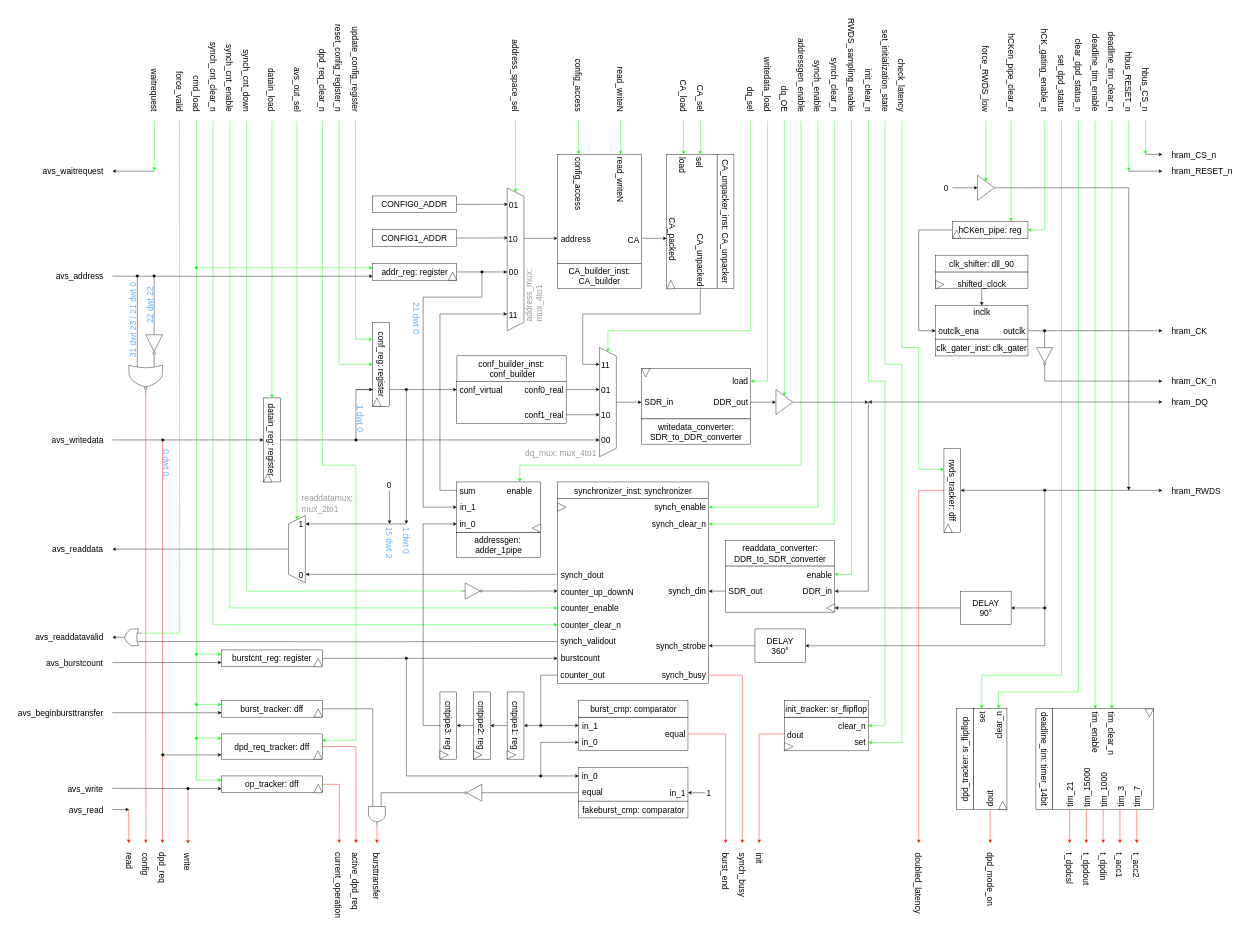
The draw.io diagram page "RTL" (2 of 9) of hyperram_system/ip/avs_to_hram_converter/schematics/avs_to_hram_converter.drawio in AndreaBononi/Intel_Cyclone10LP_systems, before the edit. Source tidied: cells renumbered, new cells numbered last; positions are measured from the earlier drawing's top-left corner, leaving out a move shared by most shapes. Both pictures are drawn from the tidied source at 42%, with x=0, y=0 at pixel (7, 51).
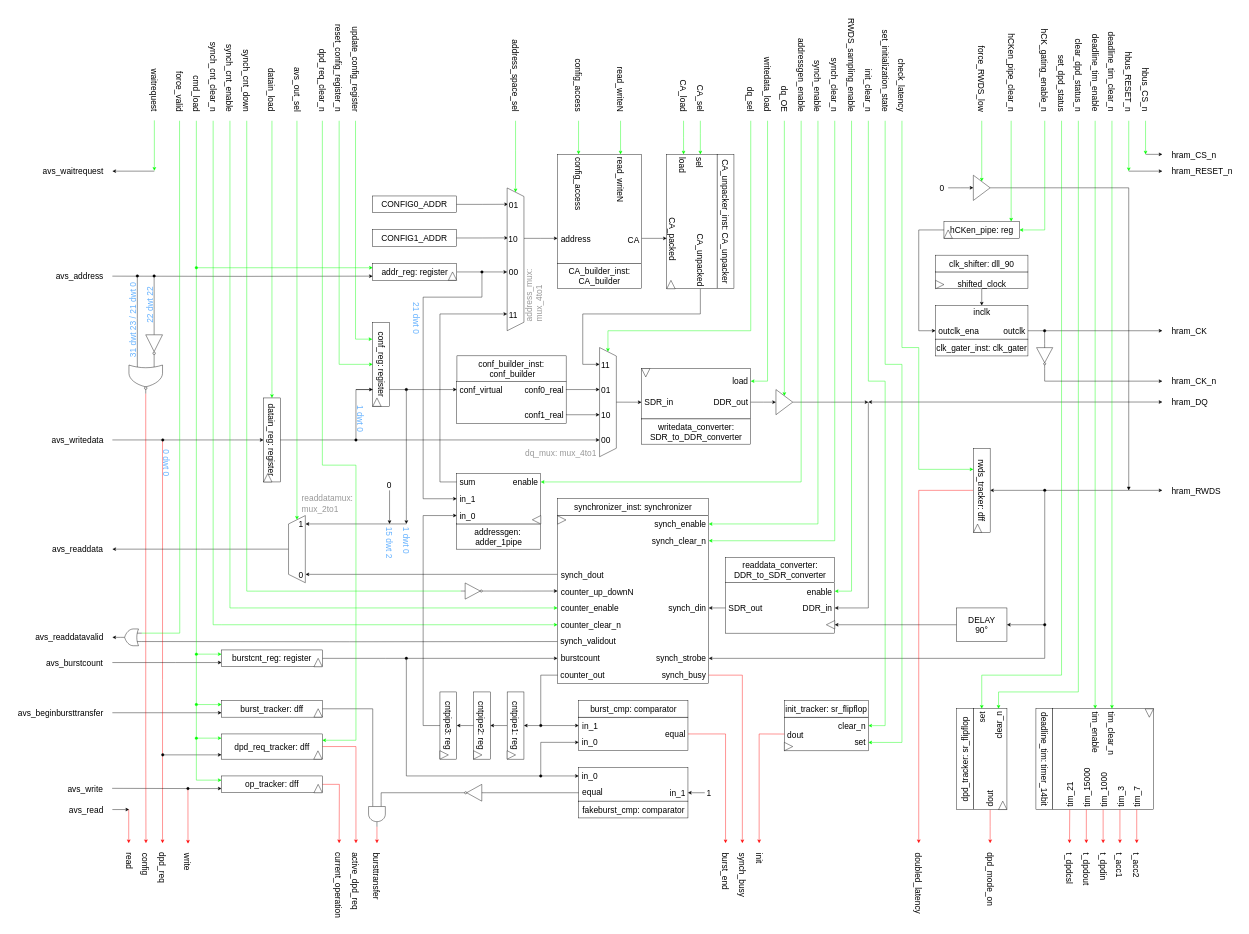
Above is the later version.

Unchanged cells that the change refers to:
```xml
<mxCell id="271" value="&lt;font style=&quot;font-size: 20px;&quot;&gt;cntpipe3: reg&lt;/font&gt;" style="rounded=0;whiteSpace=wrap;html=1;horizontal=1;direction=south;fontSize=20;rotation=90;align=center;" parent="1" vertex="1">
  <mxGeometry x="970" y="1585" width="160" height="40" as="geometry" />
</mxCell>
```

Diff of the diagram source:
```diff
@@
     <mxCell id="20" style="edgeStyle=orthogonalEdgeStyle;rounded=0;orthogonalLoop=1;jettySize=auto;html=1;startArrow=none;startFill=0;" parent="1" edge="1">
       <mxGeometry relative="1" as="geometry">
         <mxPoint x="2050" y="835" as="sourcePoint" />
-        <mxPoint x="1970" y="1285" as="targetPoint" />
+        <mxPoint x="1970" y="1325" as="targetPoint" />
         <Array as="points">
-          <mxPoint x="2050" y="1285" />
+          <mxPoint x="2050" y="1325" />
         </Array>
       </mxGeometry>
     </mxCell>
     <mxCell id="21" style="rounded=0;whiteSpace=wrap;html=1;direction=south;horizontal=0;fontSize=20;verticalAlign=middle;" parent="1" vertex="1">
-      <mxGeometry x="1710" y="1225" width="260" height="110" as="geometry" />
+      <mxGeometry x="1710" y="1265" width="260" height="120" as="geometry" />
     </mxCell>
     <mxCell id="22" style="triangle;whiteSpace=wrap;html=1;direction=west;fontSize=20;" parent="1" vertex="1">
-      <mxGeometry x="1950" y="1315" width="20" height="20" as="geometry" />
+      <mxGeometry x="1950" y="1355" width="20" height="20" as="geometry" />
     </mxCell>
     <mxCell id="23" style="endArrow=classic;html=1;rounded=0;" parent="1" edge="1">
       <mxGeometry relative="1" as="geometry">
-        <mxPoint x="1710" y="1285" as="sourcePoint" />
-        <mxPoint x="1670" y="1285" as="targetPoint" />
+        <mxPoint x="1710" y="1325" as="sourcePoint" />
+        <mxPoint x="1670" y="1325" as="targetPoint" />
       </mxGeometry>
     </mxCell>
@@
     <mxCell id="32" style="edgeStyle=orthogonalEdgeStyle;rounded=0;orthogonalLoop=1;jettySize=auto;html=1;strokeColor=#00FF00;" parent="1" edge="1">
       <mxGeometry relative="1" as="geometry">
         <mxPoint x="1970" y="165" as="sourcePoint" />
-        <mxPoint x="1670" y="1125" as="targetPoint" />
+        <mxPoint x="1670" y="1165" as="targetPoint" />
         <Array as="points">
-          <mxPoint x="1970" y="1125" />
+          <mxPoint x="1970" y="1165" />
         </Array>
       </mxGeometry>
     </mxCell>
@@
-    <mxCell id="37" style="edgeStyle=orthogonalEdgeStyle;rounded=0;jettySize=auto;html=1;entryX=1;entryY=0.5;entryDx=0;entryDy=0;startArrow=oval;startFill=1;" parent="1" edge="1" target="338">
+    <mxCell id="37" style="edgeStyle=orthogonalEdgeStyle;rounded=0;orthogonalLoop=1;jettySize=auto;html=1;startArrow=oval;startFill=1;" parent="1" edge="1">
       <mxGeometry relative="1" as="geometry">
-        <mxPoint x="2470" y="1325" as="sourcePoint" />
+        <mxPoint x="2470" y="1365" as="sourcePoint" />
+        <mxPoint x="1670" y="1445" as="targetPoint" />
         <Array as="points">
-          <mxPoint x="2470" y="1415" />
+          <mxPoint x="2470" y="1445" />
         </Array>
       </mxGeometry>
     </mxCell>
@@
-    <mxCell id="42" style="edgeStyle=orthogonalEdgeStyle;rounded=0;jettySize=auto;html=1;exitX=0;exitY=0.5;exitDx=0;exitDy=0;" parent="1" edge="1" source="338">
-      <mxGeometry relative="1" as="geometry">
-        <mxPoint x="1670" y="1415" as="targetPoint" />
-      </mxGeometry>
-    </mxCell>
@@
     <mxCell id="77" style="rounded=0;orthogonalLoop=1;jettySize=auto;html=1;strokeColor=#00FF00;endArrow=classic;endFill=1;edgeStyle=orthogonalEdgeStyle;" parent="1" edge="1">
       <mxGeometry relative="1" as="geometry">
         <mxPoint x="2010" y="165" as="sourcePoint" />
-        <mxPoint x="1970" y="1245" as="targetPoint" />
+        <mxPoint x="1970" y="1285" as="targetPoint" />
         <Array as="points">
-          <mxPoint x="2010" y="1245" />
+          <mxPoint x="2010" y="1285" />
         </Array>
       </mxGeometry>
     </mxCell>
     <mxCell id="78" value="enable" style="text;html=1;align=right;verticalAlign=middle;strokeColor=none;fillColor=none;rotation=0;fontSize=20;" parent="1" vertex="1">
-      <mxGeometry x="1884.5" y="1225.5" width="80" height="40" as="geometry" />
+      <mxGeometry x="1884.5" y="1265.5" width="80" height="40" as="geometry" />
     </mxCell>
@@
     <mxCell id="80" style="rounded=0;whiteSpace=wrap;html=1;fontSize=20;" parent="1" vertex="1">
-      <mxGeometry x="1310" y="1065" width="360" height="440" as="geometry" />
+      <mxGeometry x="1310" y="1105" width="360" height="400" as="geometry" />
     </mxCell>
     <mxCell id="81" value="&lt;font style=&quot;font-size: 20px;&quot;&gt;synchronizer_inst: synchronizer&lt;/font&gt;" style="rounded=0;whiteSpace=wrap;html=1;fontSize=20;" parent="1" vertex="1">
-      <mxGeometry x="1310" y="1025" width="360" height="40" as="geometry" />
+      <mxGeometry x="1310" y="1065" width="360" height="40" as="geometry" />
     </mxCell>
     <mxCell id="82" value="synch_din" style="text;html=1;align=right;verticalAlign=middle;strokeColor=none;fillColor=none;fontSize=20;rotation=0;" parent="1" vertex="1">
-      <mxGeometry x="1555" y="1265" width="110" height="40" as="geometry" />
+      <mxGeometry x="1555" y="1305" width="110" height="40" as="geometry" />
     </mxCell>
@@
     <mxCell id="84" value="&lt;font style=&quot;font-size: 20px;&quot;&gt;synch_strobe&lt;/font&gt;" style="text;html=1;align=right;verticalAlign=middle;strokeColor=none;fillColor=none;fontSize=20;rotation=0;" parent="1" vertex="1">
-      <mxGeometry x="1525" y="1395" width="140" height="40" as="geometry" />
+      <mxGeometry x="1525" y="1424" width="140" height="40" as="geometry" />
     </mxCell>
     <mxCell id="85" style="triangle;whiteSpace=wrap;html=1;direction=east;fontSize=20;" parent="1" vertex="1">
-      <mxGeometry x="1310" y="1075" width="20" height="20" as="geometry" />
+      <mxGeometry x="1310" y="1105.5" width="20" height="20" as="geometry" />
     </mxCell>
@@
     <mxCell id="97" style="edgeStyle=orthogonalEdgeStyle;rounded=0;orthogonalLoop=1;jettySize=auto;html=1;strokeColor=#00FF00;" parent="1" edge="1">
       <mxGeometry relative="1" as="geometry">
         <mxPoint x="1930" y="165" as="sourcePoint" />
-        <mxPoint x="1670" y="1085" as="targetPoint" />
+        <mxPoint x="1670" y="1125" as="targetPoint" />
         <Array as="points">
-          <mxPoint x="1930" y="1085" />
+          <mxPoint x="1930" y="1125" />
         </Array>
       </mxGeometry>
     </mxCell>
@@
     <mxCell id="99" value="synch_enable" style="text;html=1;align=right;verticalAlign=middle;strokeColor=none;fillColor=none;fontSize=20;rotation=0;" parent="1" vertex="1">
-      <mxGeometry x="1514.5" y="1065" width="150" height="40" as="geometry" />
+      <mxGeometry x="1515" y="1105" width="150" height="40" as="geometry" />
     </mxCell>
@@
     <mxCell id="102" value="synch_clear_n" style="text;html=1;align=right;verticalAlign=middle;strokeColor=none;fillColor=none;fontSize=20;rotation=0;" parent="1" vertex="1">
-      <mxGeometry x="1514.5" y="1105" width="150" height="40" as="geometry" />
+      <mxGeometry x="1515" y="1145" width="150" height="40" as="geometry" />
     </mxCell>
@@
     <mxCell id="116" value="&lt;div&gt;&lt;font style=&quot;font-size: 20px;&quot;&gt;readdata_converter:&lt;/font&gt;&lt;/div&gt;&lt;div&gt;DDR_to_SDR_converter&lt;br&gt;&lt;/div&gt;" style="rounded=0;whiteSpace=wrap;html=1;fontSize=20;" parent="1" vertex="1">
-      <mxGeometry x="1710" y="1165" width="260" height="60" as="geometry" />
+      <mxGeometry x="1710" y="1205" width="260" height="60" as="geometry" />
     </mxCell>
     <mxCell id="117" value="DDR_in" style="text;html=1;align=right;verticalAlign=middle;strokeColor=none;fillColor=none;fontSize=20;rotation=0;" parent="1" vertex="1">
-      <mxGeometry x="1875" y="1263.5" width="90" height="40" as="geometry" />
+      <mxGeometry x="1875" y="1303.5" width="90" height="40" as="geometry" />
     </mxCell>
     <mxCell id="118" value="SDR_out" style="text;html=1;align=left;verticalAlign=middle;strokeColor=none;fillColor=none;fontSize=20;rotation=0;" parent="1" vertex="1">
-      <mxGeometry x="1715" y="1263.5" width="100" height="40" as="geometry" />
+      <mxGeometry x="1715" y="1303.5" width="100" height="40" as="geometry" />
     </mxCell>
@@
     <mxCell id="142" style="edgeStyle=orthogonalEdgeStyle;rounded=0;jettySize=auto;html=1;strokeColor=#00FF00;entryX=0.5;entryY=0;entryDx=0;entryDy=0;" parent="1" edge="1" target="178">
       <mxGeometry relative="1" as="geometry">
-        <mxPoint x="2330" y="165" as="sourcePoint" />
+        <mxPoint x="2320" y="165" as="sourcePoint" />
         <Array as="points">
-          <mxPoint x="2330" y="225" />
-          <mxPoint x="2330" y="225" />
+          <mxPoint x="2320" y="225" />
+          <mxPoint x="2320" y="225" />
         </Array>
       </mxGeometry>
     </mxCell>
     <mxCell id="143" value="&lt;font style=&quot;font-size: 20px;&quot;&gt;force_RWDS_low&lt;/font&gt;" style="text;html=1;align=right;verticalAlign=middle;strokeColor=none;fillColor=none;rotation=90;fontSize=15;" parent="1" vertex="1">
-      <mxGeometry x="2240" y="35" width="180" height="40" as="geometry" />
+      <mxGeometry x="2230" y="35" width="180" height="40" as="geometry" />
     </mxCell>
@@
     <mxCell id="150" style="edgeStyle=orthogonalEdgeStyle;rounded=0;jettySize=auto;html=1;startArrow=oval;startFill=1;entryX=1;entryY=0.5;entryDx=0;entryDy=0;" parent="1" edge="1" target="337">
       <mxGeometry relative="1" as="geometry">
         <mxPoint x="2470" y="1045" as="sourcePoint" />
         <Array as="points">
-          <mxPoint x="2470" y="1325" />
+          <mxPoint x="2470" y="1365" />
         </Array>
       </mxGeometry>
     </mxCell>
     <mxCell id="151" value="&lt;font style=&quot;font-size: 20px;&quot;&gt;rwds_tracker: dff&lt;/font&gt;" style="rounded=0;whiteSpace=wrap;html=1;horizontal=1;direction=south;fontSize=20;rotation=90;" parent="1" vertex="1">
-      <mxGeometry x="2150" y="1025" width="200" height="40" as="geometry" />
+      <mxGeometry x="2220" y="1025" width="200" height="40" as="geometry" />
     </mxCell>
     <mxCell id="152" style="triangle;whiteSpace=wrap;html=1;direction=east;fontSize=15;horizontal=1;rotation=-90;" parent="1" vertex="1">
-      <mxGeometry x="2230" y="1125.5" width="20" height="19.5" as="geometry" />
+      <mxGeometry x="2300" y="1125.5" width="20" height="19.5" as="geometry" />
     </mxCell>
     <mxCell id="153" style="edgeStyle=orthogonalEdgeStyle;rounded=0;orthogonalLoop=1;jettySize=auto;html=1;strokeColor=#00FF00;" parent="1" edge="1">
       <mxGeometry relative="1" as="geometry">
         <mxPoint x="2130" y="165" as="sourcePoint" />
-        <mxPoint x="2230" y="995" as="targetPoint" />
+        <mxPoint x="2300" y="995" as="targetPoint" />
         <Array as="points">
           <mxPoint x="2130" y="705" />
           <mxPoint x="2170" y="705" />
           <mxPoint x="2170" y="995" />
         </Array>
       </mxGeometry>
     </mxCell>
@@
     <mxCell id="177" style="edgeStyle=orthogonalEdgeStyle;rounded=0;jettySize=auto;html=1;exitX=0;exitY=0.5;exitDx=0;exitDy=0;entryX=0;entryY=0.5;entryDx=0;entryDy=0;" parent="1" edge="1" target="178">
       <mxGeometry relative="1" as="geometry">
-        <mxPoint x="2250" y="324.7" as="sourcePoint" />
+        <mxPoint x="2240" y="324.7" as="sourcePoint" />
         <Array as="points">
-          <mxPoint x="2280" y="323.9" />
-          <mxPoint x="2280" y="323.9" />
+          <mxPoint x="2270" y="323.9" />
+          <mxPoint x="2270" y="323.9" />
         </Array>
       </mxGeometry>
     </mxCell>
     <mxCell id="178" style="triangle;whiteSpace=wrap;html=1;align=left;" parent="1" vertex="1">
-      <mxGeometry x="2310" y="294.7" width="40" height="60" as="geometry" />
+      <mxGeometry x="2300" y="294.7" width="40" height="60" as="geometry" />
     </mxCell>
     <mxCell id="179" value="&lt;font style=&quot;font-size: 20px;&quot;&gt;0&lt;/font&gt;" style="text;html=1;align=center;verticalAlign=middle;strokeColor=none;fillColor=none;" parent="1" vertex="1">
-      <mxGeometry x="2220" y="305.1" width="30" height="40" as="geometry" />
+      <mxGeometry x="2210" y="305.1" width="30" height="40" as="geometry" />
     </mxCell>
@@
     <mxCell id="270" style="edgeStyle=orthogonalEdgeStyle;rounded=0;jettySize=auto;html=1;exitX=1;exitY=0.5;exitDx=0;exitDy=0;" parent="1" edge="1" source="271">
       <mxGeometry relative="1" as="geometry">
-        <mxPoint x="1070" y="1125" as="targetPoint" />
+        <mxPoint x="1070" y="1105" as="targetPoint" />
         <Array as="points">
           <mxPoint x="990" y="1605" />
-          <mxPoint x="990" y="1125" />
+          <mxPoint x="990" y="1105" />
         </Array>
       </mxGeometry>
     </mxCell>
@@
     <mxCell id="280" value="&lt;div&gt;&lt;font style=&quot;font-size: 20px;&quot;&gt;addressgen:&amp;nbsp;&lt;/font&gt;&lt;/div&gt;&lt;div&gt;&lt;font style=&quot;font-size: 20px;&quot;&gt;adder_1pipe&lt;/font&gt;&lt;/div&gt;" style="rounded=0;whiteSpace=wrap;html=1;" parent="1" vertex="1">
-      <mxGeometry x="1070" y="1145" width="200" height="60" as="geometry" />
+      <mxGeometry x="1070" y="1125" width="200" height="60" as="geometry" />
     </mxCell>
     <mxCell id="281" style="endArrow=classic;html=1;rounded=0;edgeStyle=orthogonalEdgeStyle;startArrow=oval;startFill=1;" parent="1" edge="1">
       <mxGeometry relative="1" as="geometry">
         <mxPoint x="1130" y="525" as="sourcePoint" />
-        <mxPoint x="1070" y="1085" as="targetPoint" />
+        <mxPoint x="1070" y="1065" as="targetPoint" />
         <Array as="points">
           <mxPoint x="1130" y="585" />
           <mxPoint x="990" y="585" />
-          <mxPoint x="990" y="1085" />
+          <mxPoint x="990" y="1065" />
         </Array>
       </mxGeometry>
     </mxCell>
     <mxCell id="282" style="endArrow=classic;html=1;rounded=0;edgeStyle=orthogonalEdgeStyle;" parent="1" edge="1">
       <mxGeometry relative="1" as="geometry">
-        <mxPoint x="1070" y="1045" as="sourcePoint" />
+        <mxPoint x="1070" y="1025" as="sourcePoint" />
         <mxPoint x="1190" y="625" as="targetPoint" />
         <Array as="points">
-          <mxPoint x="1030" y="1045" />
+          <mxPoint x="1030" y="1025" />
           <mxPoint x="1030" y="625" />
         </Array>
       </mxGeometry>
     </mxCell>
     <mxCell id="283" style="rounded=0;whiteSpace=wrap;html=1;" parent="1" vertex="1">
-      <mxGeometry x="1070" y="1025" width="200" height="120" as="geometry" />
+      <mxGeometry x="1070" y="1005" width="200" height="120" as="geometry" />
     </mxCell>
     <mxCell id="284" value="&lt;font style=&quot;font-size: 20px;&quot;&gt;in_0&lt;/font&gt;" style="text;html=1;align=left;verticalAlign=middle;strokeColor=none;fillColor=none;rotation=0;fontSize=20;" parent="1" vertex="1">
-      <mxGeometry x="1075" y="1104" width="60" height="40" as="geometry" />
+      <mxGeometry x="1075" y="1085" width="60" height="40" as="geometry" />
     </mxCell>
     <mxCell id="285" value="&lt;font style=&quot;font-size: 20px;&quot;&gt;in_1&lt;/font&gt;" style="text;html=1;align=left;verticalAlign=middle;strokeColor=none;fillColor=none;rotation=0;fontSize=20;" parent="1" vertex="1">
-      <mxGeometry x="1075.5" y="1065" width="60" height="40" as="geometry" />
+      <mxGeometry x="1075" y="1045" width="60" height="40" as="geometry" />
     </mxCell>
     <mxCell id="286" value="sum" style="text;html=1;align=left;verticalAlign=middle;strokeColor=none;fillColor=none;rotation=0;fontSize=20;" parent="1" vertex="1">
-      <mxGeometry x="1075" y="1025" width="60" height="40" as="geometry" />
+      <mxGeometry x="1075" y="1005" width="60" height="40" as="geometry" />
     </mxCell>
@@
     <mxCell id="289" style="triangle;whiteSpace=wrap;html=1;direction=west;fontSize=20;" parent="1" vertex="1">
-      <mxGeometry x="1250" y="1125" width="20" height="20" as="geometry" />
+      <mxGeometry x="1250" y="1105" width="20" height="20" as="geometry" />
     </mxCell>
@@
-    <mxCell id="294" style="edgeStyle=orthogonalEdgeStyle;rounded=0;jettySize=auto;html=1;strokeColor=#00FF00;entryX=0.75;entryY=0;entryDx=0;entryDy=0;" parent="1" edge="1" target="283">
+    <mxCell id="294" style="edgeStyle=orthogonalEdgeStyle;rounded=0;orthogonalLoop=1;jettySize=auto;html=1;strokeColor=#00FF00;" parent="1" edge="1">
       <mxGeometry relative="1" as="geometry">
         <mxPoint x="1890" y="165" as="sourcePoint" />
+        <mxPoint x="1270" y="1025" as="targetPoint" />
         <Array as="points">
-          <mxPoint x="1890" y="985" />
-          <mxPoint x="1220" y="985" />
+          <mxPoint x="1890" y="1025" />
         </Array>
       </mxGeometry>
     </mxCell>
-    <mxCell id="295" value="enable" style="text;html=1;align=center;verticalAlign=middle;strokeColor=none;fillColor=none;rotation=0;fontSize=20;" parent="1" vertex="1">
-      <mxGeometry x="1179" y="1025" width="80" height="40" as="geometry" />
+    <mxCell id="295" value="enable" style="text;html=1;align=right;verticalAlign=middle;strokeColor=none;fillColor=none;rotation=0;fontSize=20;" parent="1" vertex="1">
+      <mxGeometry x="1185" y="1005" width="80" height="40" as="geometry" />
     </mxCell>
@@
     <mxCell id="337" value="&lt;div&gt;DELAY&lt;/div&gt;&lt;div&gt;90°&lt;br&gt;&lt;/div&gt;" style="rounded=0;whiteSpace=wrap;html=1;fontSize=20;" parent="1" vertex="1">
-      <mxGeometry x="2270" y="1285" width="120" height="80" as="geometry" />
+      <mxGeometry x="2260" y="1325" width="120" height="80" as="geometry" />
     </mxCell>
-    <mxCell id="338" value="&lt;div&gt;DELAY&lt;/div&gt;&lt;div&gt;360°&lt;br&gt;&lt;/div&gt;" style="rounded=0;whiteSpace=wrap;html=1;fontSize=20;" parent="1" vertex="1">
-      <mxGeometry x="1780" y="1375" width="120" height="80" as="geometry" />
-    </mxCell>
@@
     <mxCell id="340" value="&lt;font style=&quot;font-size: 20px;&quot;&gt;hCKen_pipe: reg&lt;/font&gt;" style="rounded=0;whiteSpace=wrap;html=1;horizontal=1;direction=south;fontSize=20;rotation=0;align=center;" parent="1" vertex="1">
-      <mxGeometry x="2250" y="405" width="180" height="40" as="geometry" />
+      <mxGeometry x="2230" y="405" width="180" height="40" as="geometry" />
     </mxCell>
     <mxCell id="341" style="triangle;whiteSpace=wrap;html=1;direction=west;fontSize=20;rotation=90;align=center;" parent="1" vertex="1">
-      <mxGeometry x="2250" y="425" width="20" height="20" as="geometry" />
+      <mxGeometry x="2230" y="425" width="20" height="20" as="geometry" />
     </mxCell>
```
